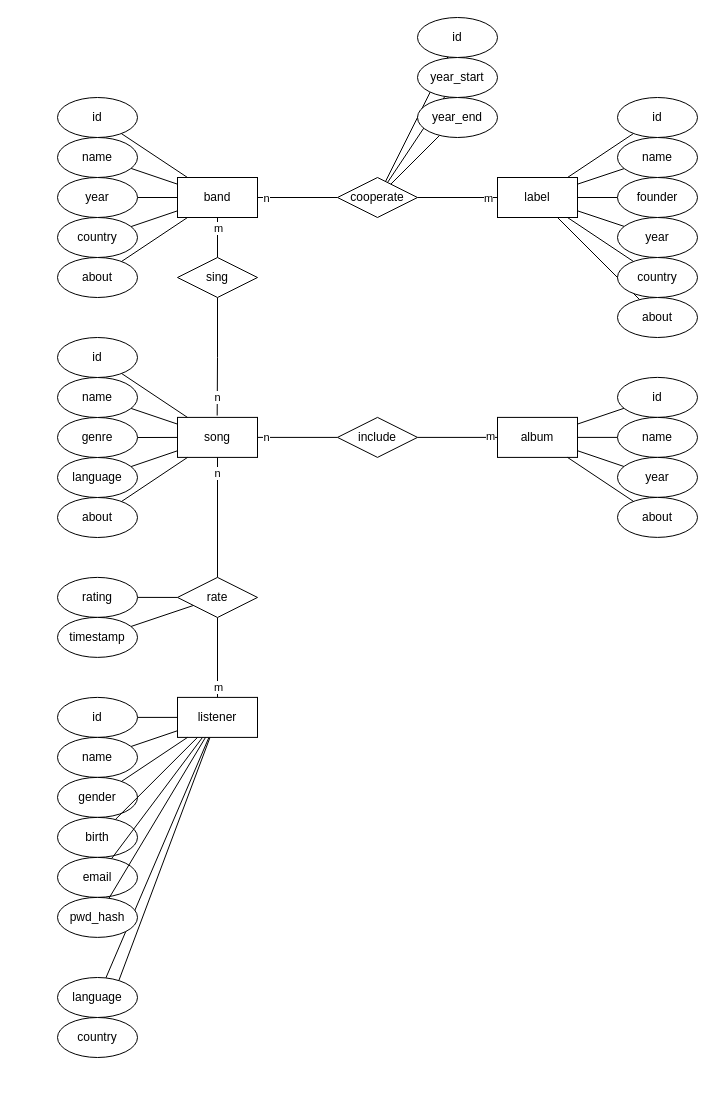
denzhkko/bmstu_iu7_db keeps this draw.io diagram as lab_01/db_er.drawio. Above is the earlier version. Source tidied: cells renumbered, new cells numbered last; positions are measured from the earlier drawing's top-left corner, leaving out a move shared by most shapes. Both pictures are drawn from the tidied source at 100%, with x=0, y=0 at pixel (57, 17).
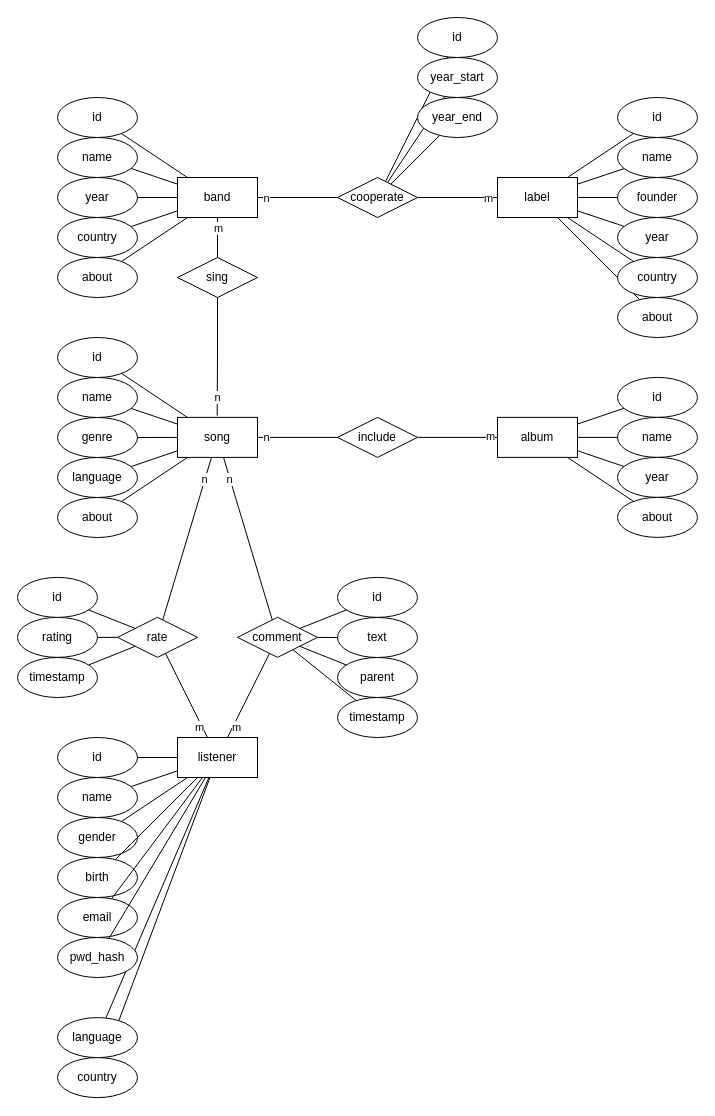
Above is the later version.

The change refers to these unchanged cells:
```xml
<mxCell id="8" value="&lt;div&gt;song&lt;/div&gt;" style="rounded=0;whiteSpace=wrap;html=1;" parent="1" vertex="1">
  <mxGeometry x="120" y="399.9" width="80" height="40" as="geometry" />
</mxCell>
```

What changed in the source:
```diff
@@
     <mxCell id="13" value="listener" style="rounded=0;whiteSpace=wrap;html=1;" parent="1" vertex="1">
-      <mxGeometry x="120" y="679.9" width="80" height="40" as="geometry" />
+      <mxGeometry x="120" y="720" width="80" height="40" as="geometry" />
     </mxCell>
@@
     <mxCell id="70" value="rating" style="ellipse;whiteSpace=wrap;html=1;" parent="1" vertex="1">
-      <mxGeometry y="559.9" width="80" height="40" as="geometry" />
+      <mxGeometry x="-40" y="599.9" width="80" height="40" as="geometry" />
     </mxCell>
@@
     <mxCell id="72" value="&lt;div&gt;timestamp&lt;/div&gt;" style="ellipse;whiteSpace=wrap;html=1;" parent="1" vertex="1">
-      <mxGeometry y="599.9" width="80" height="40" as="geometry" />
+      <mxGeometry x="-40" y="640" width="80" height="40" as="geometry" />
     </mxCell>
@@
     <mxCell id="74" value="id" style="ellipse;whiteSpace=wrap;html=1;" parent="1" vertex="1">
-      <mxGeometry y="679.9" width="80" height="40" as="geometry" />
+      <mxGeometry y="720" width="80" height="40" as="geometry" />
     </mxCell>
@@
     <mxCell id="76" value="name" style="ellipse;whiteSpace=wrap;html=1;" parent="1" vertex="1">
-      <mxGeometry y="719.9" width="80" height="40" as="geometry" />
+      <mxGeometry y="760" width="80" height="40" as="geometry" />
     </mxCell>
@@
     <mxCell id="78" value="gender" style="ellipse;whiteSpace=wrap;html=1;" parent="1" vertex="1">
-      <mxGeometry y="759.9" width="80" height="40" as="geometry" />
+      <mxGeometry y="800" width="80" height="40" as="geometry" />
     </mxCell>
@@
     <mxCell id="80" value="birth" style="ellipse;whiteSpace=wrap;html=1;" parent="1" vertex="1">
-      <mxGeometry y="799.9" width="80" height="40" as="geometry" />
+      <mxGeometry y="840" width="80" height="40" as="geometry" />
     </mxCell>
@@
     <mxCell id="82" value="email" style="ellipse;whiteSpace=wrap;html=1;" parent="1" vertex="1">
-      <mxGeometry y="839.9" width="80" height="40" as="geometry" />
+      <mxGeometry y="880" width="80" height="40" as="geometry" />
     </mxCell>
@@
     <mxCell id="84" value="pwd_hash" style="ellipse;whiteSpace=wrap;html=1;" parent="1" vertex="1">
-      <mxGeometry y="879.9" width="80" height="40" as="geometry" />
+      <mxGeometry y="920" width="80" height="40" as="geometry" />
     </mxCell>
@@
     <mxCell id="90" value="&lt;div&gt;rate&lt;/div&gt;" style="rhombus;whiteSpace=wrap;html=1;" parent="1" vertex="1">
-      <mxGeometry x="120" y="559.9" width="80" height="40.1" as="geometry" />
+      <mxGeometry x="60" y="599.8" width="80" height="40.1" as="geometry" />
     </mxCell>
     <mxCell id="91" value="language" style="ellipse;whiteSpace=wrap;html=1;" parent="1" vertex="1">
-      <mxGeometry y="960" width="80" height="40" as="geometry" />
+      <mxGeometry y="1000.1" width="80" height="40" as="geometry" />
     </mxCell>
     <mxCell id="92" value="country" style="ellipse;whiteSpace=wrap;html=1;" parent="1" vertex="1">
-      <mxGeometry y="1000" width="80" height="40" as="geometry" />
+      <mxGeometry y="1040.1" width="80" height="40" as="geometry" />
     </mxCell>
+    <mxCell id="93" value="&lt;div&gt;comment&lt;/div&gt;" style="rhombus;whiteSpace=wrap;html=1;" parent="1" vertex="1">
+      <mxGeometry x="180" y="599.8" width="80" height="40.1" as="geometry" />
+    </mxCell>
+    <mxCell id="94" style="rounded=0;jettySize=auto;html=1;endArrow=none;endFill=0;" parent="1" edge="1" source="93" target="8">
+      <mxGeometry relative="1" as="geometry" />
+    </mxCell>
+    <mxCell id="95" value="&lt;div&gt;n&lt;/div&gt;" style="edgeLabel;html=1;align=center;verticalAlign=middle;" parent="94" vertex="1">
+      <mxGeometry x="0.73" y="1" relative="1" as="geometry" />
+    </mxCell>
+    <mxCell id="96" style="edgeStyle=none;rounded=0;jettySize=auto;html=1;endArrow=none;endFill=0;" parent="1" edge="1" source="13" target="93">
+      <mxGeometry relative="1" as="geometry" />
+    </mxCell>
+    <mxCell id="97" value="m" style="edgeLabel;html=1;align=center;verticalAlign=middle;" parent="96" vertex="1">
+      <mxGeometry x="-0.6" relative="1" as="geometry">
+        <mxPoint y="6" as="offset" />
+      </mxGeometry>
+    </mxCell>
+    <mxCell id="98" style="edgeStyle=none;rounded=0;jettySize=auto;html=1;endArrow=none;endFill=0;startSize=6;endSize=6;sourcePerimeterSpacing=0;targetPerimeterSpacing=0;" parent="1" edge="1" source="99" target="90">
+      <mxGeometry relative="1" as="geometry" />
+    </mxCell>
+    <mxCell id="99" value="id" style="ellipse;whiteSpace=wrap;html=1;" parent="1" vertex="1">
+      <mxGeometry x="-40" y="559.9" width="80" height="40" as="geometry" />
+    </mxCell>
+    <mxCell id="100" value="id" style="ellipse;whiteSpace=wrap;html=1;" parent="1" vertex="1">
+      <mxGeometry x="280" y="559.9" width="80" height="40" as="geometry" />
+    </mxCell>
+    <mxCell id="101" value="text" style="ellipse;whiteSpace=wrap;html=1;" parent="1" vertex="1">
+      <mxGeometry x="280" y="600" width="80" height="40" as="geometry" />
+    </mxCell>
+    <mxCell id="102" value="parent" style="ellipse;whiteSpace=wrap;html=1;" parent="1" vertex="1">
+      <mxGeometry x="280" y="640" width="80" height="40" as="geometry" />
+    </mxCell>
+    <mxCell id="103" value="&lt;div&gt;timestamp&lt;/div&gt;" style="ellipse;whiteSpace=wrap;html=1;" parent="1" vertex="1">
+      <mxGeometry x="280" y="680" width="80" height="40" as="geometry" />
+    </mxCell>
+    <mxCell id="104" style="edgeStyle=none;rounded=0;jettySize=auto;html=1;endArrow=none;endFill=0;startSize=6;endSize=6;sourcePerimeterSpacing=0;targetPerimeterSpacing=0;" parent="1" edge="1" source="100" target="93">
+      <mxGeometry relative="1" as="geometry" />
+    </mxCell>
+    <mxCell id="105" style="edgeStyle=none;rounded=0;jettySize=auto;html=1;endArrow=none;endFill=0;startSize=6;endSize=6;sourcePerimeterSpacing=0;targetPerimeterSpacing=0;" parent="1" edge="1" source="93" target="101">
+      <mxGeometry relative="1" as="geometry" />
+    </mxCell>
+    <mxCell id="106" style="edgeStyle=none;rounded=0;jettySize=auto;html=1;endArrow=none;endFill=0;startSize=6;endSize=6;sourcePerimeterSpacing=0;targetPerimeterSpacing=0;" parent="1" edge="1" source="102" target="93">
+      <mxGeometry relative="1" as="geometry" />
+    </mxCell>
+    <mxCell id="107" style="edgeStyle=none;rounded=0;jettySize=auto;html=1;endArrow=none;endFill=0;startSize=6;endSize=6;sourcePerimeterSpacing=0;targetPerimeterSpacing=0;" parent="1" edge="1" source="103" target="93">
+      <mxGeometry relative="1" as="geometry" />
+    </mxCell>
```
